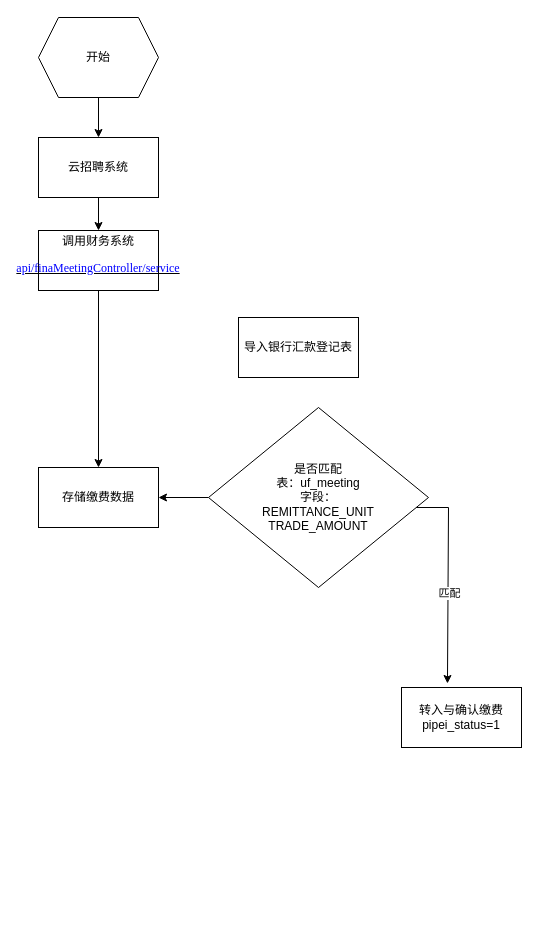
Before: 展览相关.drawio in zhangfengman/autoJs, a draw.io diagram. Source tidied: cells renumbered, new cells numbered last; positions are measured from the earlier drawing's top-left corner, leaving out a move shared by most shapes. Both pictures are drawn from the tidied source at 100%, with x=0, y=0 at pixel (38, 17).
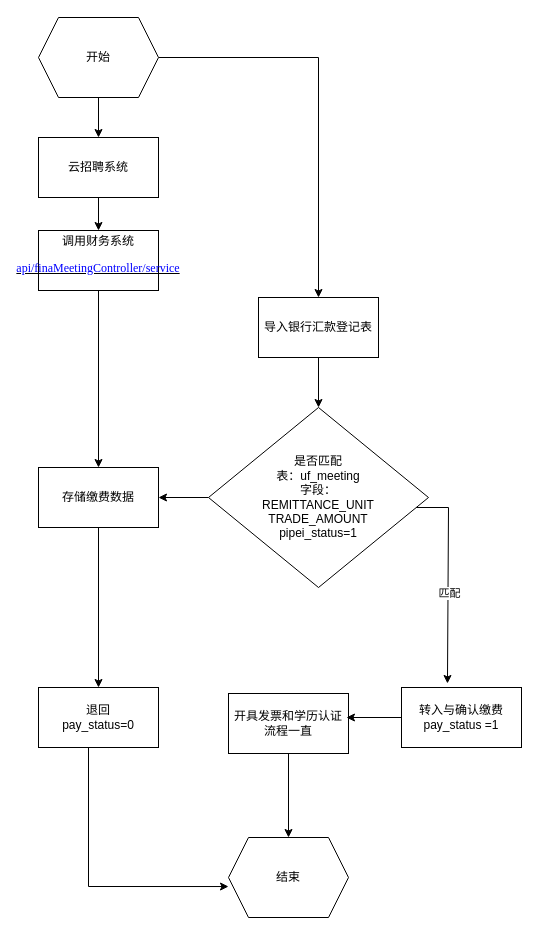
After the change.

Commit message (it also covers changes not shown here):
更新展览相关.drawio

Unchanged cells that the change refers to:
```xml
<mxCell id="3" value="开始" style="shape=hexagon;perimeter=hexagonPerimeter2;whiteSpace=wrap;html=1;fixedSize=1;" parent="1" vertex="1">
  <mxGeometry width="120" height="80" as="geometry" />
</mxCell>
<mxCell id="8" value="存储缴费数据" style="rounded=0;whiteSpace=wrap;html=1;" parent="1" vertex="1">
  <mxGeometry y="450" width="120" height="60" as="geometry" />
</mxCell>
```

Diff of the diagram source:
```diff
@@
+    <mxCell id="15" style="edgeStyle=orthogonalEdgeStyle;rounded=0;jettySize=auto;html=1;" parent="1" edge="1" source="3" target="9">
+      <mxGeometry relative="1" as="geometry" />
+    </mxCell>
@@
+    <mxCell id="16" style="edgeStyle=orthogonalEdgeStyle;rounded=0;jettySize=auto;html=1;" parent="1" edge="1" source="8" target="22">
+      <mxGeometry relative="1" as="geometry" />
+    </mxCell>
@@
+    <mxCell id="17" style="edgeStyle=orthogonalEdgeStyle;rounded=0;jettySize=auto;html=1;" parent="1" edge="1" source="9" target="11">
+      <mxGeometry relative="1" as="geometry" />
+    </mxCell>
     <mxCell id="9" value="导入银行汇款登记表" style="rounded=0;whiteSpace=wrap;html=1;" parent="1" vertex="1">
-      <mxGeometry x="200" y="300" width="120" height="60" as="geometry" />
+      <mxGeometry x="220" y="280" width="120" height="60" as="geometry" />
     </mxCell>
@@
-    <mxCell id="11" value="是否匹配&lt;div&gt;&lt;div&gt;表：uf_meeting&lt;/div&gt;&lt;div&gt;字段：&lt;/div&gt;&lt;div&gt;REMITTANCE_UNIT&lt;/div&gt;&lt;div&gt;TRADE_AMOUNT&lt;/div&gt;&lt;/div&gt;" style="rhombus;whiteSpace=wrap;html=1;align=center;" parent="1" vertex="1">
+    <mxCell id="11" value="是否匹配&lt;div&gt;&lt;div&gt;表：uf_meeting&lt;/div&gt;&lt;div&gt;字段：&lt;/div&gt;&lt;div&gt;REMITTANCE_UNIT&lt;/div&gt;&lt;div&gt;TRADE_AMOUNT&lt;/div&gt;&lt;/div&gt;&lt;div&gt;pipei_status=1&lt;br&gt;&lt;/div&gt;" style="rhombus;whiteSpace=wrap;html=1;align=center;" parent="1" vertex="1">
       <mxGeometry x="170" y="390" width="220" height="180" as="geometry" />
     </mxCell>
-    <mxCell id="12" value="转入与确认缴费&lt;div&gt;pipei_status=1&lt;br&gt;&lt;/div&gt;" style="rounded=0;whiteSpace=wrap;html=1;" parent="1" vertex="1">
+    <mxCell id="12" value="转入与确认缴费&lt;div&gt;pay_status =1&lt;br&gt;&lt;/div&gt;" style="rounded=0;whiteSpace=wrap;html=1;" parent="1" vertex="1">
       <mxGeometry x="363" y="670" width="120" height="60" as="geometry" />
     </mxCell>
@@
+    <mxCell id="18" style="edgeStyle=orthogonalEdgeStyle;rounded=0;jettySize=auto;html=1;" parent="1" edge="1" source="19" target="20">
+      <mxGeometry relative="1" as="geometry" />
+    </mxCell>
+    <mxCell id="19" value="开具发票和学历认证流程一直" style="rounded=0;whiteSpace=wrap;html=1;" parent="1" vertex="1">
+      <mxGeometry x="190" y="676" width="120" height="60" as="geometry" />
+    </mxCell>
+    <mxCell id="20" value="结束" style="shape=hexagon;perimeter=hexagonPerimeter2;whiteSpace=wrap;html=1;fixedSize=1;" parent="1" vertex="1">
+      <mxGeometry x="190" y="820" width="120" height="80" as="geometry" />
+    </mxCell>
+    <mxCell id="21" style="edgeStyle=orthogonalEdgeStyle;rounded=0;jettySize=auto;html=1;entryX=0.983;entryY=0.4;entryDx=0;entryDy=0;entryPerimeter=0;" parent="1" edge="1" source="12" target="19">
+      <mxGeometry relative="1" as="geometry" />
+    </mxCell>
+    <mxCell id="22" value="退回&lt;div&gt;pay_status=0&lt;br&gt;&lt;/div&gt;" style="rounded=0;whiteSpace=wrap;html=1;" parent="1" vertex="1">
+      <mxGeometry y="670" width="120" height="60" as="geometry" />
+    </mxCell>
+    <mxCell id="23" style="edgeStyle=orthogonalEdgeStyle;rounded=0;jettySize=auto;html=1;entryX=0;entryY=0.613;entryDx=0;entryDy=0;entryPerimeter=0;" parent="1" edge="1" source="22" target="20">
+      <mxGeometry relative="1" as="geometry">
+        <Array as="points">
+          <mxPoint x="50" y="869" />
+        </Array>
+      </mxGeometry>
+    </mxCell>
```
